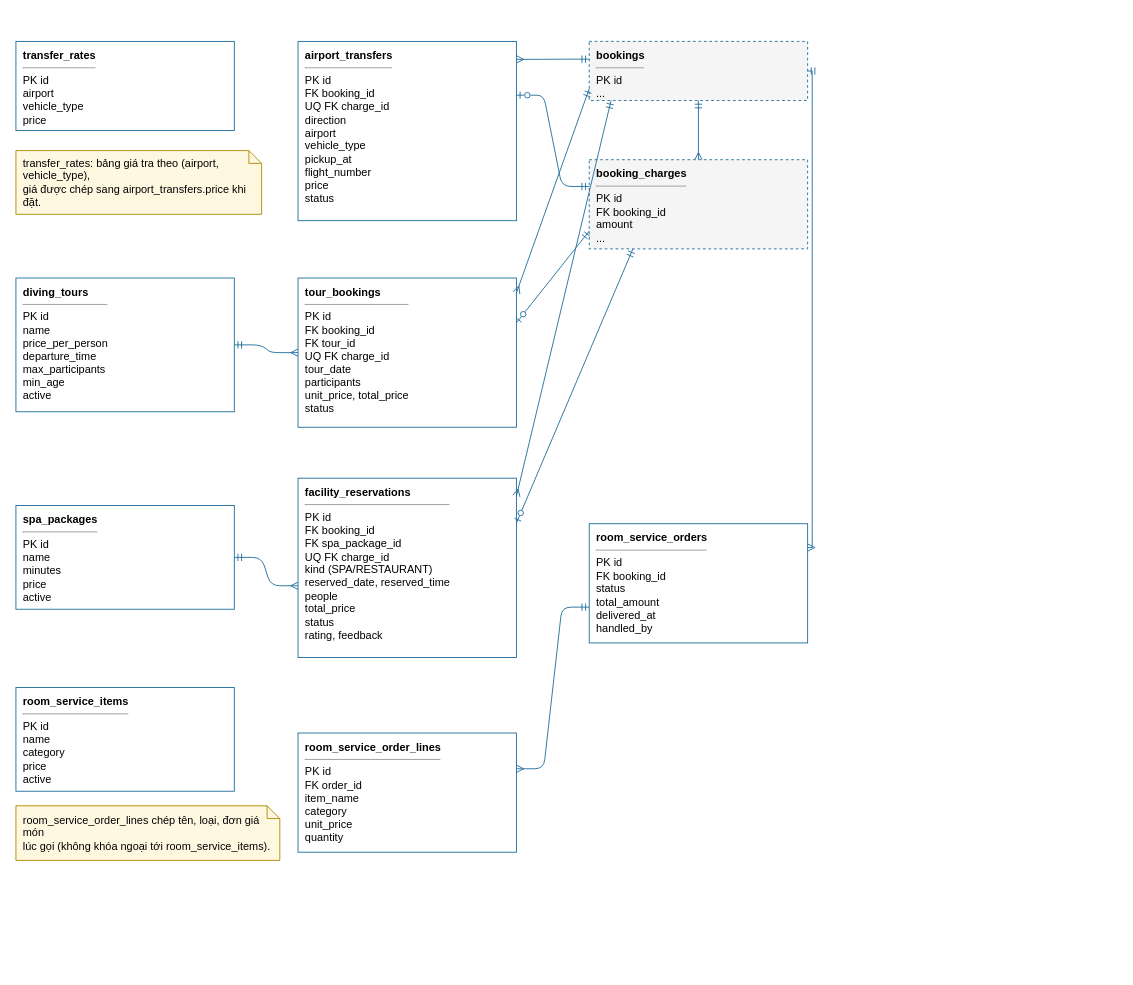
ngynquchn2511/beach-hotel keeps this draw.io diagram as docs/thiet-ke/erd-3-dich-vu.drawio. Above is the earlier version. Source tidied: cells renumbered, new cells numbered last; positions are measured from the earlier drawing's top-left corner, leaving out a move shared by most shapes. Both pictures are drawn from the tidied source at 91%, with x=0, y=0 at pixel (15, 41).
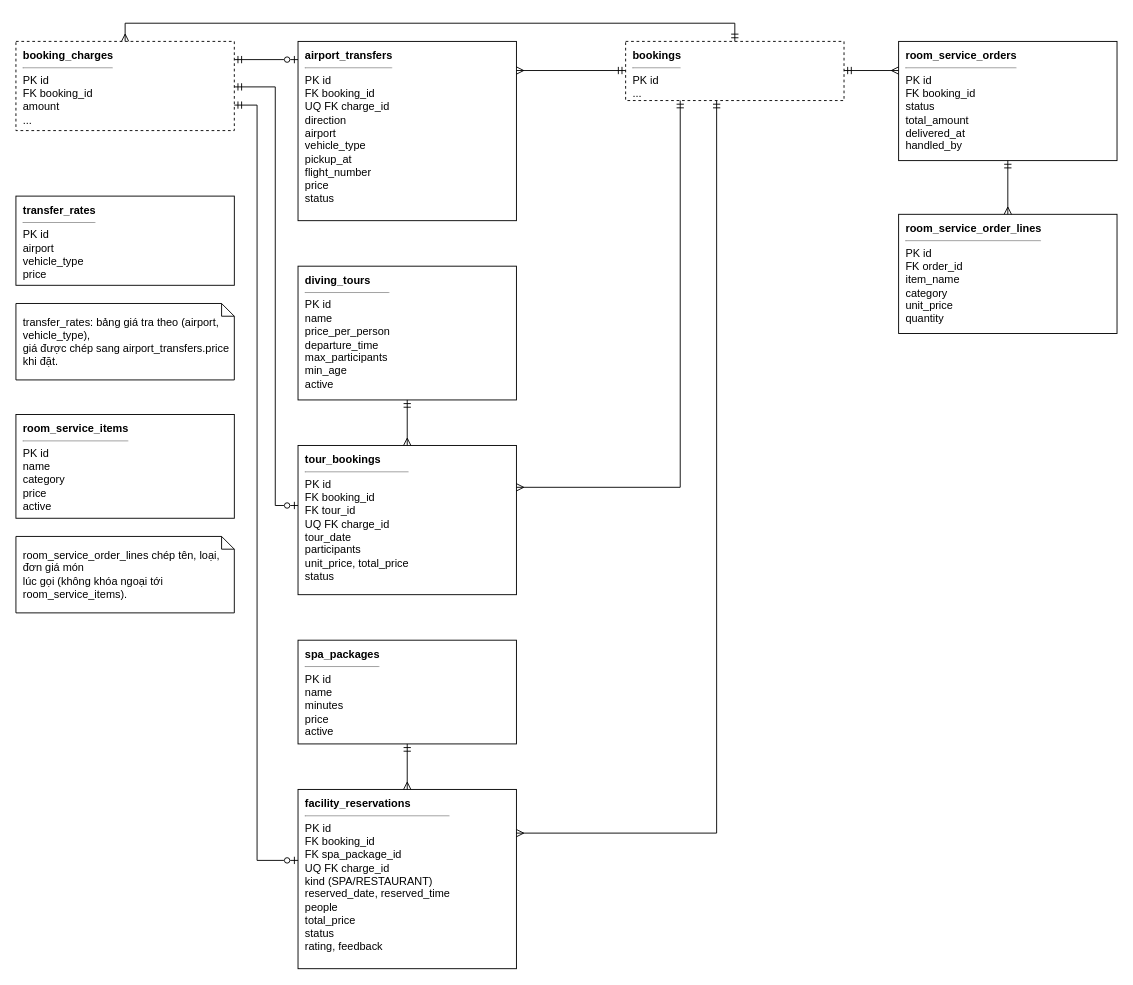
Above is the later version.

What changed in the source:
```diff
@@
-    <mxCell id="2" value="&lt;b&gt;transfer_rates&lt;/b&gt;&lt;hr size=&quot;1&quot;&gt;PK id&lt;br&gt;airport&lt;br&gt;vehicle_type&lt;br&gt;price" style="rounded=0;whiteSpace=wrap;html=1;align=left;verticalAlign=top;spacingLeft=6;spacingTop=2;fillColor=#FFFFFF;strokeColor=#1F6E9C;fontSize=11;fontSize=12;" parent="1" vertex="1">
-      <mxGeometry width="240" height="98" as="geometry" />
+    <mxCell id="2" value="&lt;b&gt;transfer_rates&lt;/b&gt;&lt;hr size=&quot;1&quot;&gt;PK id&lt;br&gt;airport&lt;br&gt;vehicle_type&lt;br&gt;price" style="rounded=0;whiteSpace=wrap;html=1;align=left;verticalAlign=top;spacingLeft=6;spacingTop=2;fillColor=#FFFFFF;strokeColor=#000000;fontSize=11;fontSize=12;" parent="1" vertex="1">
+      <mxGeometry y="170" width="240" height="98" as="geometry" />
     </mxCell>
-    <mxCell id="3" value="&lt;b&gt;diving_tours&lt;/b&gt;&lt;hr size=&quot;1&quot;&gt;PK id&lt;br&gt;name&lt;br&gt;price_per_person&lt;br&gt;departure_time&lt;br&gt;max_participants&lt;br&gt;min_age&lt;br&gt;active" style="rounded=0;whiteSpace=wrap;html=1;align=left;verticalAlign=top;spacingLeft=6;spacingTop=2;fillColor=#FFFFFF;strokeColor=#1F6E9C;fontSize=11;fontSize=12;" parent="1" vertex="1">
-      <mxGeometry y="260" width="240" height="147" as="geometry" />
+    <mxCell id="3" value="&lt;b&gt;diving_tours&lt;/b&gt;&lt;hr size=&quot;1&quot;&gt;PK id&lt;br&gt;name&lt;br&gt;price_per_person&lt;br&gt;departure_time&lt;br&gt;max_participants&lt;br&gt;min_age&lt;br&gt;active" style="rounded=0;whiteSpace=wrap;html=1;align=left;verticalAlign=top;spacingLeft=6;spacingTop=2;fillColor=#FFFFFF;strokeColor=#000000;fontSize=11;fontSize=12;" parent="1" vertex="1">
+      <mxGeometry x="310" y="247" width="240" height="147" as="geometry" />
     </mxCell>
-    <mxCell id="4" value="&lt;b&gt;spa_packages&lt;/b&gt;&lt;hr size=&quot;1&quot;&gt;PK id&lt;br&gt;name&lt;br&gt;minutes&lt;br&gt;price&lt;br&gt;active" style="rounded=0;whiteSpace=wrap;html=1;align=left;verticalAlign=top;spacingLeft=6;spacingTop=2;fillColor=#FFFFFF;strokeColor=#1F6E9C;fontSize=11;fontSize=12;" parent="1" vertex="1">
-      <mxGeometry y="510" width="240" height="114" as="geometry" />
+    <mxCell id="4" value="&lt;b&gt;spa_packages&lt;/b&gt;&lt;hr size=&quot;1&quot;&gt;PK id&lt;br&gt;name&lt;br&gt;minutes&lt;br&gt;price&lt;br&gt;active" style="rounded=0;whiteSpace=wrap;html=1;align=left;verticalAlign=top;spacingLeft=6;spacingTop=2;fillColor=#FFFFFF;strokeColor=#000000;fontSize=11;fontSize=12;" parent="1" vertex="1">
+      <mxGeometry x="310" y="658" width="240" height="114" as="geometry" />
     </mxCell>
-    <mxCell id="5" value="&lt;b&gt;room_service_items&lt;/b&gt;&lt;hr size=&quot;1&quot;&gt;PK id&lt;br&gt;name&lt;br&gt;category&lt;br&gt;price&lt;br&gt;active" style="rounded=0;whiteSpace=wrap;html=1;align=left;verticalAlign=top;spacingLeft=6;spacingTop=2;fillColor=#FFFFFF;strokeColor=#1F6E9C;fontSize=11;fontSize=12;" parent="1" vertex="1">
-      <mxGeometry y="710" width="240" height="114" as="geometry" />
+    <mxCell id="5" value="&lt;b&gt;room_service_items&lt;/b&gt;&lt;hr size=&quot;1&quot;&gt;PK id&lt;br&gt;name&lt;br&gt;category&lt;br&gt;price&lt;br&gt;active" style="rounded=0;whiteSpace=wrap;html=1;align=left;verticalAlign=top;spacingLeft=6;spacingTop=2;fillColor=#FFFFFF;strokeColor=#000000;fontSize=11;fontSize=12;" parent="1" vertex="1">
+      <mxGeometry y="410" width="240" height="114" as="geometry" />
     </mxCell>
-    <mxCell id="6" value="&lt;b&gt;airport_transfers&lt;/b&gt;&lt;hr size=&quot;1&quot;&gt;PK id&lt;br&gt;FK booking_id&lt;br&gt;UQ FK charge_id&lt;br&gt;direction&lt;br&gt;airport&lt;br&gt;vehicle_type&lt;br&gt;pickup_at&lt;br&gt;flight_number&lt;br&gt;price&lt;br&gt;status" style="rounded=0;whiteSpace=wrap;html=1;align=left;verticalAlign=top;spacingLeft=6;spacingTop=2;fillColor=#FFFFFF;strokeColor=#1F6E9C;fontSize=11;fontSize=12;" parent="1" vertex="1">
+    <mxCell id="6" value="&lt;b&gt;airport_transfers&lt;/b&gt;&lt;hr size=&quot;1&quot;&gt;PK id&lt;br&gt;FK booking_id&lt;br&gt;UQ FK charge_id&lt;br&gt;direction&lt;br&gt;airport&lt;br&gt;vehicle_type&lt;br&gt;pickup_at&lt;br&gt;flight_number&lt;br&gt;price&lt;br&gt;status" style="rounded=0;whiteSpace=wrap;html=1;align=left;verticalAlign=top;spacingLeft=6;spacingTop=2;fillColor=#FFFFFF;strokeColor=#000000;fontSize=11;fontSize=12;" parent="1" vertex="1">
       <mxGeometry x="310" width="240" height="197" as="geometry" />
     </mxCell>
-    <mxCell id="7" value="&lt;b&gt;tour_bookings&lt;/b&gt;&lt;hr size=&quot;1&quot;&gt;PK id&lt;br&gt;FK booking_id&lt;br&gt;FK tour_id&lt;br&gt;UQ FK charge_id&lt;br&gt;tour_date&lt;br&gt;participants&lt;br&gt;unit_price, total_price&lt;br&gt;status" style="rounded=0;whiteSpace=wrap;html=1;align=left;verticalAlign=top;spacingLeft=6;spacingTop=2;fillColor=#FFFFFF;strokeColor=#1F6E9C;fontSize=11;fontSize=12;" parent="1" vertex="1">
-      <mxGeometry x="310" y="260" width="240" height="164" as="geometry" />
+    <mxCell id="7" value="&lt;b&gt;tour_bookings&lt;/b&gt;&lt;hr size=&quot;1&quot;&gt;PK id&lt;br&gt;FK booking_id&lt;br&gt;FK tour_id&lt;br&gt;UQ FK charge_id&lt;br&gt;tour_date&lt;br&gt;participants&lt;br&gt;unit_price, total_price&lt;br&gt;status" style="rounded=0;whiteSpace=wrap;html=1;align=left;verticalAlign=top;spacingLeft=6;spacingTop=2;fillColor=#FFFFFF;strokeColor=#000000;fontSize=11;fontSize=12;" parent="1" vertex="1">
+      <mxGeometry x="310" y="444" width="240" height="164" as="geometry" />
     </mxCell>
-    <mxCell id="8" value="&lt;b&gt;facility_reservations&lt;/b&gt;&lt;hr size=&quot;1&quot;&gt;PK id&lt;br&gt;FK booking_id&lt;br&gt;FK spa_package_id&lt;br&gt;UQ FK charge_id&lt;br&gt;kind (SPA/RESTAURANT)&lt;br&gt;reserved_date, reserved_time&lt;br&gt;people&lt;br&gt;total_price&lt;br&gt;status&lt;br&gt;rating, feedback" style="rounded=0;whiteSpace=wrap;html=1;align=left;verticalAlign=top;spacingLeft=6;spacingTop=2;fillColor=#FFFFFF;strokeColor=#1F6E9C;fontSize=11;fontSize=12;" parent="1" vertex="1">
-      <mxGeometry x="310" y="480" width="240" height="197" as="geometry" />
+    <mxCell id="8" value="&lt;b&gt;facility_reservations&lt;/b&gt;&lt;hr size=&quot;1&quot;&gt;PK id&lt;br&gt;FK booking_id&lt;br&gt;FK spa_package_id&lt;br&gt;UQ FK charge_id&lt;br&gt;kind (SPA/RESTAURANT)&lt;br&gt;reserved_date, reserved_time&lt;br&gt;people&lt;br&gt;total_price&lt;br&gt;status&lt;br&gt;rating, feedback" style="rounded=0;whiteSpace=wrap;html=1;align=left;verticalAlign=top;spacingLeft=6;spacingTop=2;fillColor=#FFFFFF;strokeColor=#000000;fontSize=11;fontSize=12;" parent="1" vertex="1">
+      <mxGeometry x="310" y="822" width="240" height="197" as="geometry" />
     </mxCell>
-    <mxCell id="9" value="&lt;b&gt;bookings&lt;/b&gt;&lt;hr size=&quot;1&quot;&gt;PK id&lt;br&gt;..." style="rounded=0;whiteSpace=wrap;html=1;align=left;verticalAlign=top;spacingLeft=6;spacingTop=2;fillColor=#FFFFFF;strokeColor=#1F6E9C;fontSize=11;fillColor=#F5F5F5;dashed=1;fontSize=12;" parent="1" vertex="1">
-      <mxGeometry x="630" width="240" height="65" as="geometry" />
+    <mxCell id="9" value="&lt;b&gt;bookings&lt;/b&gt;&lt;hr size=&quot;1&quot;&gt;PK id&lt;br&gt;..." style="rounded=0;whiteSpace=wrap;html=1;align=left;verticalAlign=top;spacingLeft=6;spacingTop=2;fillColor=#FFFFFF;strokeColor=#000000;fontSize=11;fillColor=#FFFFFF;dashed=1;fontSize=12;" parent="1" vertex="1">
+      <mxGeometry x="670" width="240" height="65" as="geometry" />
     </mxCell>
-    <mxCell id="10" value="&lt;b&gt;booking_charges&lt;/b&gt;&lt;hr size=&quot;1&quot;&gt;PK id&lt;br&gt;FK booking_id&lt;br&gt;amount&lt;br&gt;..." style="rounded=0;whiteSpace=wrap;html=1;align=left;verticalAlign=top;spacingLeft=6;spacingTop=2;fillColor=#FFFFFF;strokeColor=#1F6E9C;fontSize=11;fillColor=#F5F5F5;dashed=1;fontSize=12;" parent="1" vertex="1">
-      <mxGeometry x="630" y="130" width="240" height="98" as="geometry" />
+    <mxCell id="10" value="&lt;b&gt;booking_charges&lt;/b&gt;&lt;hr size=&quot;1&quot;&gt;PK id&lt;br&gt;FK booking_id&lt;br&gt;amount&lt;br&gt;..." style="rounded=0;whiteSpace=wrap;html=1;align=left;verticalAlign=top;spacingLeft=6;spacingTop=2;fillColor=#FFFFFF;strokeColor=#000000;fontSize=11;fillColor=#FFFFFF;dashed=1;fontSize=12;" parent="1" vertex="1">
+      <mxGeometry width="240" height="98" as="geometry" />
     </mxCell>
-    <mxCell id="11" value="&lt;b&gt;room_service_orders&lt;/b&gt;&lt;hr size=&quot;1&quot;&gt;PK id&lt;br&gt;FK booking_id&lt;br&gt;status&lt;br&gt;total_amount&lt;br&gt;delivered_at&lt;br&gt;handled_by" style="rounded=0;whiteSpace=wrap;html=1;align=left;verticalAlign=top;spacingLeft=6;spacingTop=2;fillColor=#FFFFFF;strokeColor=#1F6E9C;fontSize=11;fontSize=12;" parent="1" vertex="1">
-      <mxGeometry x="630" y="530" width="240" height="131" as="geometry" />
+    <mxCell id="11" value="&lt;b&gt;room_service_orders&lt;/b&gt;&lt;hr size=&quot;1&quot;&gt;PK id&lt;br&gt;FK booking_id&lt;br&gt;status&lt;br&gt;total_amount&lt;br&gt;delivered_at&lt;br&gt;handled_by" style="rounded=0;whiteSpace=wrap;html=1;align=left;verticalAlign=top;spacingLeft=6;spacingTop=2;fillColor=#FFFFFF;strokeColor=#000000;fontSize=11;fontSize=12;" parent="1" vertex="1">
+      <mxGeometry x="970" width="240" height="131" as="geometry" />
     </mxCell>
-    <mxCell id="12" value="&lt;b&gt;room_service_order_lines&lt;/b&gt;&lt;hr size=&quot;1&quot;&gt;PK id&lt;br&gt;FK order_id&lt;br&gt;item_name&lt;br&gt;category&lt;br&gt;unit_price&lt;br&gt;quantity" style="rounded=0;whiteSpace=wrap;html=1;align=left;verticalAlign=top;spacingLeft=6;spacingTop=2;fillColor=#FFFFFF;strokeColor=#1F6E9C;fontSize=11;fontSize=12;" parent="1" vertex="1">
-      <mxGeometry x="310" y="760" width="240" height="131" as="geometry" />
+    <mxCell id="12" value="&lt;b&gt;room_service_order_lines&lt;/b&gt;&lt;hr size=&quot;1&quot;&gt;PK id&lt;br&gt;FK order_id&lt;br&gt;item_name&lt;br&gt;category&lt;br&gt;unit_price&lt;br&gt;quantity" style="rounded=0;whiteSpace=wrap;html=1;align=left;verticalAlign=top;spacingLeft=6;spacingTop=2;fillColor=#FFFFFF;strokeColor=#000000;fontSize=11;fontSize=12;" parent="1" vertex="1">
+      <mxGeometry x="970" y="190" width="240" height="131" as="geometry" />
     </mxCell>
-    <mxCell id="13" style="edgeStyle=entityRelationEdgeStyle;fontSize=12;html=1;endArrow=ERmany;startArrow=ERmandOne;endFill=0;startFill=0;strokeColor=#1F6E9C;exitX=0;exitY=0.3;exitDx=0;exitDy=0;entryX=1;entryY=0.1;entryDx=0;entryDy=0;" parent="1" edge="1" source="9" target="6">
+    <mxCell id="13" style="fontSize=12;html=1;endArrow=ERmany;startArrow=ERmandOne;endFill=0;startFill=0;strokeColor=#000000;edgeStyle=orthogonalEdgeStyle;rounded=0;exitX=0.0000;exitY=0.4923;exitPerimeter=0;entryX=1.0000;entryY=0.1624;entryPerimeter=0;" parent="1" edge="1" source="9" target="6">
       <mxGeometry relative="1" as="geometry" />
     </mxCell>
-    <mxCell id="14" style="edgeStyle=entityRelationEdgeStyle;fontSize=12;html=1;endArrow=ERzeroToOne;startArrow=ERmandOne;endFill=0;startFill=0;strokeColor=#1F6E9C;exitX=0;exitY=0.3;exitDx=0;exitDy=0;entryX=1;entryY=0.3;entryDx=0;entryDy=0;" parent="1" edge="1" source="10" target="6">
+    <mxCell id="14" style="fontSize=12;html=1;endArrow=ERzeroToOne;startArrow=ERmandOne;endFill=0;startFill=0;strokeColor=#000000;edgeStyle=orthogonalEdgeStyle;rounded=0;exitX=1.0000;exitY=0.2041;exitPerimeter=0;entryX=0.0000;entryY=0.1015;entryPerimeter=0;" parent="1" edge="1" source="10" target="6">
       <mxGeometry relative="1" as="geometry" />
     </mxCell>
-    <mxCell id="15" style="edgeStyle=entityRelationEdgeStyle;fontSize=12;html=1;endArrow=ERmany;startArrow=ERmandOne;endFill=0;startFill=0;strokeColor=#1F6E9C;edgeStyle=none;exitX=0;exitY=0.8;exitDx=0;exitDy=0;entryX=1;entryY=0.1;entryDx=0;entryDy=0;" parent="1" edge="1" source="9" target="7">
-      <mxGeometry relative="1" as="geometry" />
+    <mxCell id="15" style="fontSize=12;html=1;endArrow=ERmany;startArrow=ERmandOne;endFill=0;startFill=0;strokeColor=#000000;edgeStyle=orthogonalEdgeStyle;rounded=0;exitX=0.2500;exitY=1.0000;exitPerimeter=0;entryX=1.0000;entryY=0.2805;entryPerimeter=0;" parent="1" edge="1" source="9" target="7">
+      <mxGeometry relative="1" as="geometry">
+        <Array as="points">
+          <mxPoint x="730" y="490" />
+        </Array>
+      </mxGeometry>
     </mxCell>
-    <mxCell id="16" style="edgeStyle=entityRelationEdgeStyle;fontSize=12;html=1;endArrow=ERzeroToOne;startArrow=ERmandOne;endFill=0;startFill=0;strokeColor=#1F6E9C;edgeStyle=none;exitX=0;exitY=0.8;exitDx=0;exitDy=0;entryX=1;entryY=0.3;entryDx=0;entryDy=0;" parent="1" edge="1" source="10" target="7">
-      <mxGeometry relative="1" as="geometry" />
+    <mxCell id="16" style="fontSize=12;html=1;endArrow=ERzeroToOne;startArrow=ERmandOne;endFill=0;startFill=0;strokeColor=#000000;edgeStyle=orthogonalEdgeStyle;rounded=0;exitX=1.0000;exitY=0.5102;exitPerimeter=0;entryX=0.0000;entryY=0.4024;entryPerimeter=0;" parent="1" edge="1" source="10" target="7">
+      <mxGeometry relative="1" as="geometry">
+        <Array as="points">
+          <mxPoint x="285" y="50" />
+          <mxPoint x="285" y="510" />
+        </Array>
+      </mxGeometry>
     </mxCell>
-    <mxCell id="17" style="edgeStyle=entityRelationEdgeStyle;fontSize=12;html=1;endArrow=ERmany;startArrow=ERmandOne;endFill=0;startFill=0;strokeColor=#1F6E9C;edgeStyle=none;exitX=0.1;exitY=1;exitDx=0;exitDy=0;entryX=1;entryY=0.1;entryDx=0;entryDy=0;" parent="1" edge="1" source="9" target="8">
-      <mxGeometry relative="1" as="geometry" />
+    <mxCell id="17" style="fontSize=12;html=1;endArrow=ERmany;startArrow=ERmandOne;endFill=0;startFill=0;strokeColor=#000000;edgeStyle=orthogonalEdgeStyle;rounded=0;exitX=0.4167;exitY=1.0000;exitPerimeter=0;entryX=1.0000;entryY=0.2437;entryPerimeter=0;" parent="1" edge="1" source="9" target="8">
+      <mxGeometry relative="1" as="geometry">
+        <Array as="points">
+          <mxPoint x="770" y="870" />
+        </Array>
+      </mxGeometry>
     </mxCell>
-    <mxCell id="18" style="edgeStyle=entityRelationEdgeStyle;fontSize=12;html=1;endArrow=ERzeroToOne;startArrow=ERmandOne;endFill=0;startFill=0;strokeColor=#1F6E9C;edgeStyle=none;exitX=0.2;exitY=1;exitDx=0;exitDy=0;entryX=1;entryY=0.25;entryDx=0;entryDy=0;" parent="1" edge="1" source="10" target="8">
-      <mxGeometry relative="1" as="geometry" />
+    <mxCell id="18" style="fontSize=12;html=1;endArrow=ERzeroToOne;startArrow=ERmandOne;endFill=0;startFill=0;strokeColor=#000000;edgeStyle=orthogonalEdgeStyle;rounded=0;exitX=1.0000;exitY=0.7143;exitPerimeter=0;entryX=0.0000;entryY=0.3959;entryPerimeter=0;" parent="1" edge="1" source="10" target="8">
+      <mxGeometry relative="1" as="geometry">
+        <Array as="points">
+          <mxPoint x="265" y="70" />
+          <mxPoint x="265" y="900" />
+        </Array>
+      </mxGeometry>
     </mxCell>
-    <mxCell id="19" style="edgeStyle=entityRelationEdgeStyle;fontSize=12;html=1;endArrow=ERmany;startArrow=ERmandOne;endFill=0;startFill=0;strokeColor=#1F6E9C;edgeStyle=orthogonalEdgeStyle;rounded=0;exitX=0.5;exitY=1;exitDx=0;exitDy=0;entryX=0.5;entryY=0;entryDx=0;entryDy=0;" parent="1" edge="1" source="9" target="10">
-      <mxGeometry relative="1" as="geometry" />
+    <mxCell id="19" style="fontSize=12;html=1;endArrow=ERmany;startArrow=ERmandOne;endFill=0;startFill=0;strokeColor=#000000;edgeStyle=orthogonalEdgeStyle;rounded=0;exitX=0.5000;exitY=0.0000;exitPerimeter=0;entryX=0.5000;entryY=0.0000;entryPerimeter=0;" parent="1" edge="1" source="9" target="10">
+      <mxGeometry relative="1" as="geometry">
+        <Array as="points">
+          <mxPoint x="790" y="-20" />
+          <mxPoint x="120" y="-20" />
+        </Array>
+      </mxGeometry>
     </mxCell>
-    <mxCell id="20" style="edgeStyle=entityRelationEdgeStyle;fontSize=12;html=1;endArrow=ERmany;startArrow=ERmandOne;endFill=0;startFill=0;strokeColor=#1F6E9C;edgeStyle=orthogonalEdgeStyle;rounded=0;exitX=1;exitY=0.5;exitDx=0;exitDy=0;entryX=1;entryY=0.2;entryDx=0;entryDy=0;" parent="1" edge="1" source="9" target="11">
-      <mxGeometry relative="1" as="geometry">
-        <Array as="points">
-          <mxPoint x="875" y="33" />
-        </Array>
-      </mxGeometry>
+    <mxCell id="20" style="fontSize=12;html=1;endArrow=ERmany;startArrow=ERmandOne;endFill=0;startFill=0;strokeColor=#000000;edgeStyle=orthogonalEdgeStyle;rounded=0;exitX=1.0000;exitY=0.4923;exitPerimeter=0;entryX=0.0000;entryY=0.2443;entryPerimeter=0;" parent="1" edge="1" source="9" target="11">
+      <mxGeometry relative="1" as="geometry" />
     </mxCell>
-    <mxCell id="21" style="edgeStyle=entityRelationEdgeStyle;fontSize=12;html=1;endArrow=ERmany;startArrow=ERmandOne;endFill=0;startFill=0;strokeColor=#1F6E9C;exitX=0;exitY=0.7;exitDx=0;exitDy=0;entryX=1;entryY=0.3;entryDx=0;entryDy=0;" parent="1" edge="1" source="11" target="12">
+    <mxCell id="21" style="fontSize=12;html=1;endArrow=ERmany;startArrow=ERmandOne;endFill=0;startFill=0;strokeColor=#000000;edgeStyle=orthogonalEdgeStyle;rounded=0;exitX=0.5000;exitY=1.0000;exitPerimeter=0;entryX=0.5000;entryY=0.0000;entryPerimeter=0;" parent="1" edge="1" source="11" target="12">
       <mxGeometry relative="1" as="geometry" />
     </mxCell>
-    <mxCell id="22" style="edgeStyle=entityRelationEdgeStyle;fontSize=12;html=1;endArrow=ERmany;startArrow=ERmandOne;endFill=0;startFill=0;strokeColor=#1F6E9C;exitX=1;exitY=0.5;exitDx=0;exitDy=0;entryX=0;entryY=0.5;entryDx=0;entryDy=0;" parent="1" edge="1" source="3" target="7">
+    <mxCell id="22" style="fontSize=12;html=1;endArrow=ERmany;startArrow=ERmandOne;endFill=0;startFill=0;strokeColor=#000000;edgeStyle=orthogonalEdgeStyle;rounded=0;exitX=0.5000;exitY=1.0000;exitPerimeter=0;entryX=0.5000;entryY=0.0000;entryPerimeter=0;" parent="1" edge="1" source="3" target="7">
       <mxGeometry relative="1" as="geometry" />
     </mxCell>
-    <mxCell id="23" style="edgeStyle=entityRelationEdgeStyle;fontSize=12;html=1;endArrow=ERmany;startArrow=ERmandOne;endFill=0;startFill=0;strokeColor=#1F6E9C;exitX=1;exitY=0.5;exitDx=0;exitDy=0;entryX=0;entryY=0.6;entryDx=0;entryDy=0;" parent="1" edge="1" source="4" target="8">
+    <mxCell id="23" style="fontSize=12;html=1;endArrow=ERmany;startArrow=ERmandOne;endFill=0;startFill=0;strokeColor=#000000;edgeStyle=orthogonalEdgeStyle;rounded=0;exitX=0.5000;exitY=1.0000;exitPerimeter=0;entryX=0.5000;entryY=0.0000;entryPerimeter=0;" parent="1" edge="1" source="4" target="8">
       <mxGeometry relative="1" as="geometry" />
     </mxCell>
-    <mxCell id="24" value="transfer_rates: bảng giá tra theo (airport, vehicle_type),&lt;br&gt;giá được chép sang airport_transfers.price khi đặt." style="shape=note;whiteSpace=wrap;html=1;size=14;fillColor=#FFF8E1;strokeColor=#B08900;fontSize=12;align=left;spacingLeft=6;" parent="1" vertex="1">
-      <mxGeometry y="120" width="270" height="70" as="geometry" />
+    <mxCell id="24" value="transfer_rates: bảng giá tra theo (airport, vehicle_type),&lt;br&gt;giá được chép sang airport_transfers.price khi đặt." style="shape=note;whiteSpace=wrap;html=1;size=14;fillColor=#FFFFFF;strokeColor=#000000;fontSize=12;align=left;spacingLeft=6;" parent="1" vertex="1">
+      <mxGeometry y="288" width="240" height="84" as="geometry" />
     </mxCell>
-    <mxCell id="25" value="room_service_order_lines chép tên, loại, đơn giá món&lt;br&gt;lúc gọi (không khóa ngoại tới room_service_items)." style="shape=note;whiteSpace=wrap;html=1;size=14;fillColor=#FFF8E1;strokeColor=#B08900;fontSize=12;align=left;spacingLeft=6;" parent="1" vertex="1">
-      <mxGeometry y="840" width="290" height="60" as="geometry" />
+    <mxCell id="25" value="room_service_order_lines chép tên, loại, đơn giá món&lt;br&gt;lúc gọi (không khóa ngoại tới room_service_items)." style="shape=note;whiteSpace=wrap;html=1;size=14;fillColor=#FFFFFF;strokeColor=#000000;fontSize=12;align=left;spacingLeft=6;" parent="1" vertex="1">
+      <mxGeometry y="544" width="240" height="84" as="geometry" />
     </mxCell>
```
